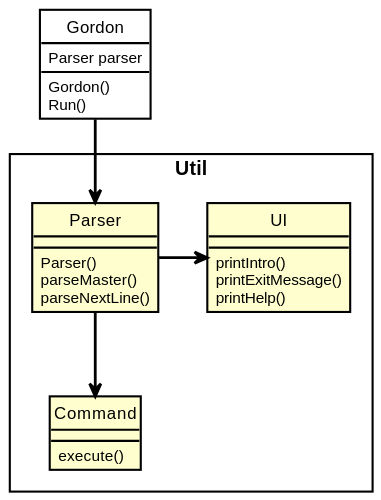
This is docs/RenderedUML/Parser.svg from nus-cs2113-AY2122S1/tp, a PlantUML export, as it was before one commit. Source of this version:
```plantuml
@startuml
!include Style.puml
skinparam ArrowColor black
skinparam classBorderColor black

class Gordon #white {
Parser parser
Gordon()
Run()
}

rectangle Util {
    class Parser {
    Parser()
    parseMaster()
    parseNextLine()
    }

    class Command {
    execute()
    }

    class UI {
    printIntro()
    printExitMessage()
    printHelp()
    }
}

Gordon --> Parser
Parser --> Command
Parser -> UI

@enduml
```
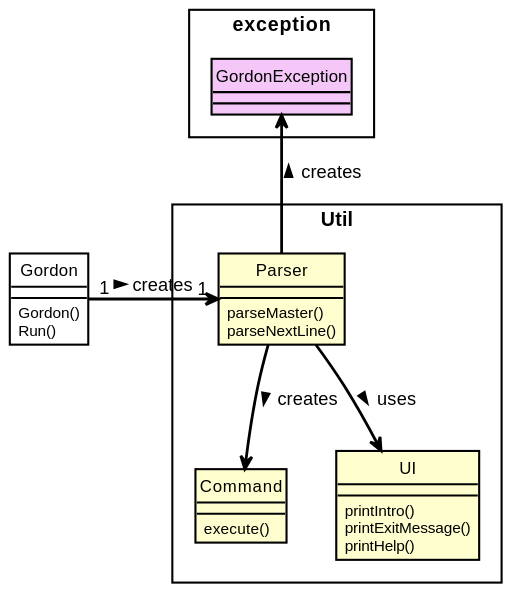
After the change.

Change to the diagram source:
```diff
@@ -4,14 +4,12 @@
 skinparam classBorderColor black
 
 class Gordon #white {
-Parser parser
 Gordon()
 Run()
 }
 
 rectangle Util {
     class Parser {
-    Parser()
     parseMaster()
     parseNextLine()
     }
@@ -27,8 +25,14 @@
     }
 }
 
-Gordon --> Parser
-Parser --> Command
-Parser -> UI
+rectangle exception {
+    class GordonException LOGIC_PINK_1 {
+    }
+}
+
+Gordon "1" -> "1" Parser : creates >
+Parser --> Command : creates >
+Parser --> UI : uses >
+GordonException <-- Parser : creates <
 
 @enduml
```
